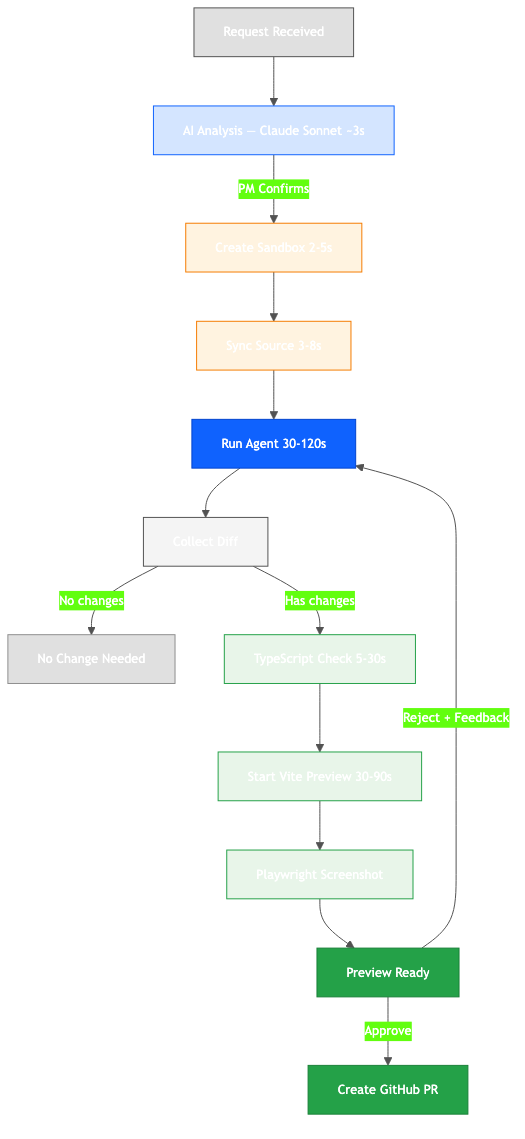
The Mermaid diagram docs/images/03-pipeline.png in kyungjaeha-moloco/moloco-inspect, before a commit. Its source is kept beside it as docs/images/03-pipeline.mmd.
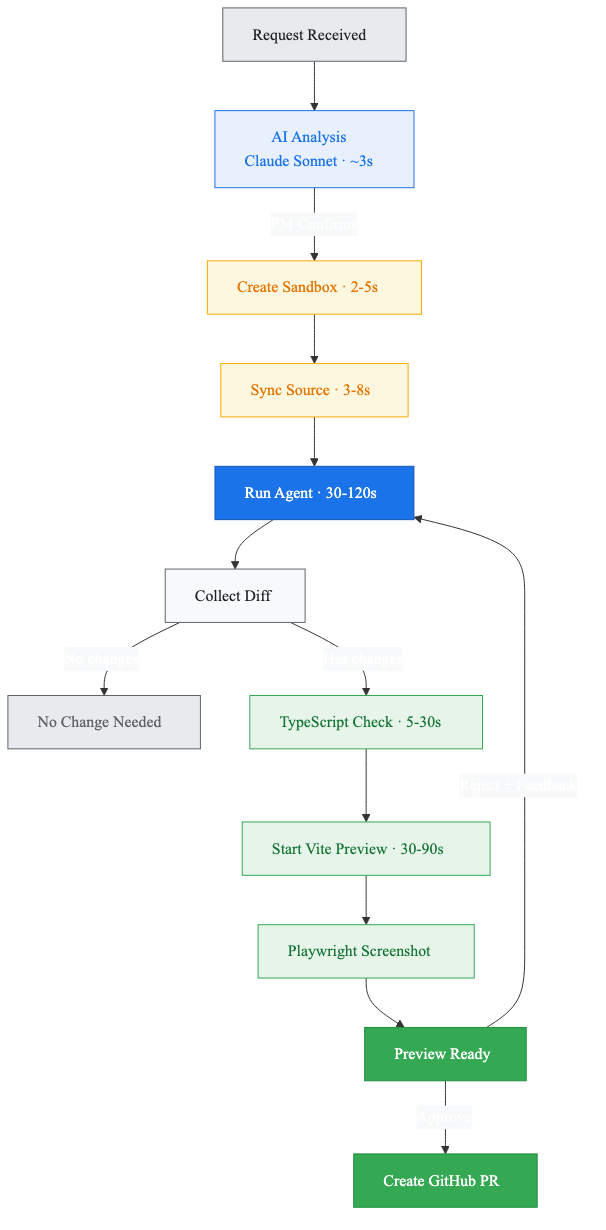
Above is the later version.

Diff of the diagram source:
```diff
@@ -1,27 +1,40 @@
-%%{init: {'theme': 'base', 'themeVariables': { 'primaryColor': '#0f62fe', 'primaryTextColor': '#fff', 'lineColor': '#525252', 'fontSize': '13px' }}}%%
+%%{init: {'theme': 'base', 'themeVariables': { 'primaryColor': '#1a73e8', 'primaryTextColor': '#ffffff', 'primaryBorderColor': '#1557b0', 'lineColor': '#333333', 'secondaryColor': '#f8f9fa', 'tertiaryColor': '#ffffff', 'fontSize': '16px', 'fontFamily': 'Inter, Helvetica, Arial, sans-serif' }}}%%
 flowchart TD
-    REQ["Request Received"] --> ANALYSIS["AI Analysis — Claude Sonnet ~3s"]
-    ANALYSIS --> |PM Confirms| SANDBOX["Create Sandbox 2-5s"]
-    SANDBOX --> SYNC["Sync Source 3-8s"]
-    SYNC --> AGENT["Run Agent 30-120s"]
-    AGENT --> DIFF["Collect Diff"]
-    DIFF --> |No changes| DONE_NC["No Change Needed"]
-    DIFF --> |Has changes| TC["TypeScript Check 5-30s"]
-    TC --> PREVIEW["Start Vite Preview 30-90s"]
-    PREVIEW --> SS["Playwright Screenshot"]
-    SS --> READY["Preview Ready"]
-    READY --> |Approve| PR["Create GitHub PR"]
-    READY --> |Reject + Feedback| AGENT
+    REQ["Request Received"]
+    ANALYSIS["AI Analysis\nClaude Sonnet · ~3s"]
+    SANDBOX["Create Sandbox · 2-5s"]
+    SYNC["Sync Source · 3-8s"]
+    AGENT["Run Agent · 30-120s"]
+    DIFF["Collect Diff"]
+    DONE_NC["No Change Needed"]
+    TC["TypeScript Check · 5-30s"]
+    PREVIEW["Start Vite Preview · 30-90s"]
+    SS["Playwright Screenshot"]
+    READY["Preview Ready"]
+    PR["Create GitHub PR"]
 
-    style REQ fill:#e0e0e0,stroke:#525252
-    style ANALYSIS fill:#d4e5ff,stroke:#0f62fe
-    style SANDBOX fill:#fff3e0,stroke:#f57c00
-    style SYNC fill:#fff3e0,stroke:#f57c00
-    style AGENT fill:#0f62fe,stroke:#0043ce,color:#fff
-    style DIFF fill:#f4f4f4,stroke:#525252
-    style TC fill:#e8f5e9,stroke:#24a148
-    style PREVIEW fill:#e8f5e9,stroke:#24a148
-    style SS fill:#e8f5e9,stroke:#24a148
-    style READY fill:#24a148,stroke:#198038,color:#fff
-    style PR fill:#24a148,stroke:#198038,color:#fff
-    style DONE_NC fill:#e0e0e0,stroke:#8d8d8d
+    REQ --> ANALYSIS
+    ANALYSIS -->|"PM Confirms"| SANDBOX
+    SANDBOX --> SYNC
+    SYNC --> AGENT
+    AGENT --> DIFF
+    DIFF -->|"No changes"| DONE_NC
+    DIFF -->|"Has changes"| TC
+    TC --> PREVIEW
+    PREVIEW --> SS
+    SS --> READY
+    READY -->|"Approve"| PR
+    READY -->|"Reject + Feedback"| AGENT
+
+    style REQ fill:#e8eaed,stroke:#5f6368,color:#202124
+    style ANALYSIS fill:#e8f0fe,stroke:#1a73e8,color:#1a73e8
+    style SANDBOX fill:#fef7e0,stroke:#f9ab00,color:#e37400
+    style SYNC fill:#fef7e0,stroke:#f9ab00,color:#e37400
+    style AGENT fill:#1a73e8,stroke:#1557b0,color:#ffffff
+    style DIFF fill:#f8f9fa,stroke:#5f6368,color:#202124
+    style TC fill:#e6f4ea,stroke:#34a853,color:#137333
+    style PREVIEW fill:#e6f4ea,stroke:#34a853,color:#137333
+    style SS fill:#e6f4ea,stroke:#34a853,color:#137333
+    style READY fill:#34a853,stroke:#1e8e3e,color:#ffffff
+    style PR fill:#34a853,stroke:#1e8e3e,color:#ffffff
+    style DONE_NC fill:#e8eaed,stroke:#5f6368,color:#5f6368
```
